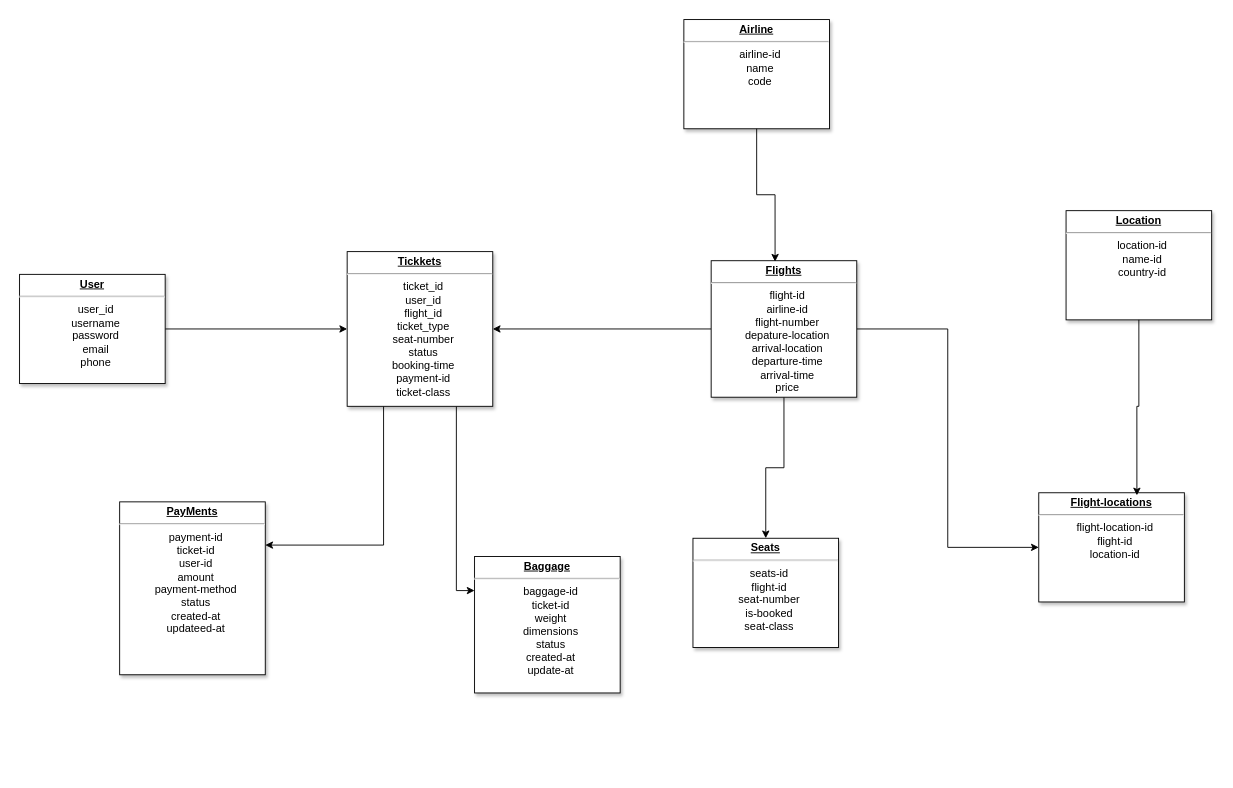
Before: page "DataBase" (1 of 3) of Biểu đồ không có tiêu đề.drawio in DungZG/TrackingFlight, a draw.io diagram. Source tidied: cells renumbered, new cells numbered last; positions are measured from the earlier drawing's top-left corner, leaving out a move shared by most shapes. Both pictures are drawn from the tidied source at 91%, with x=0, y=0 at pixel (19, 19).
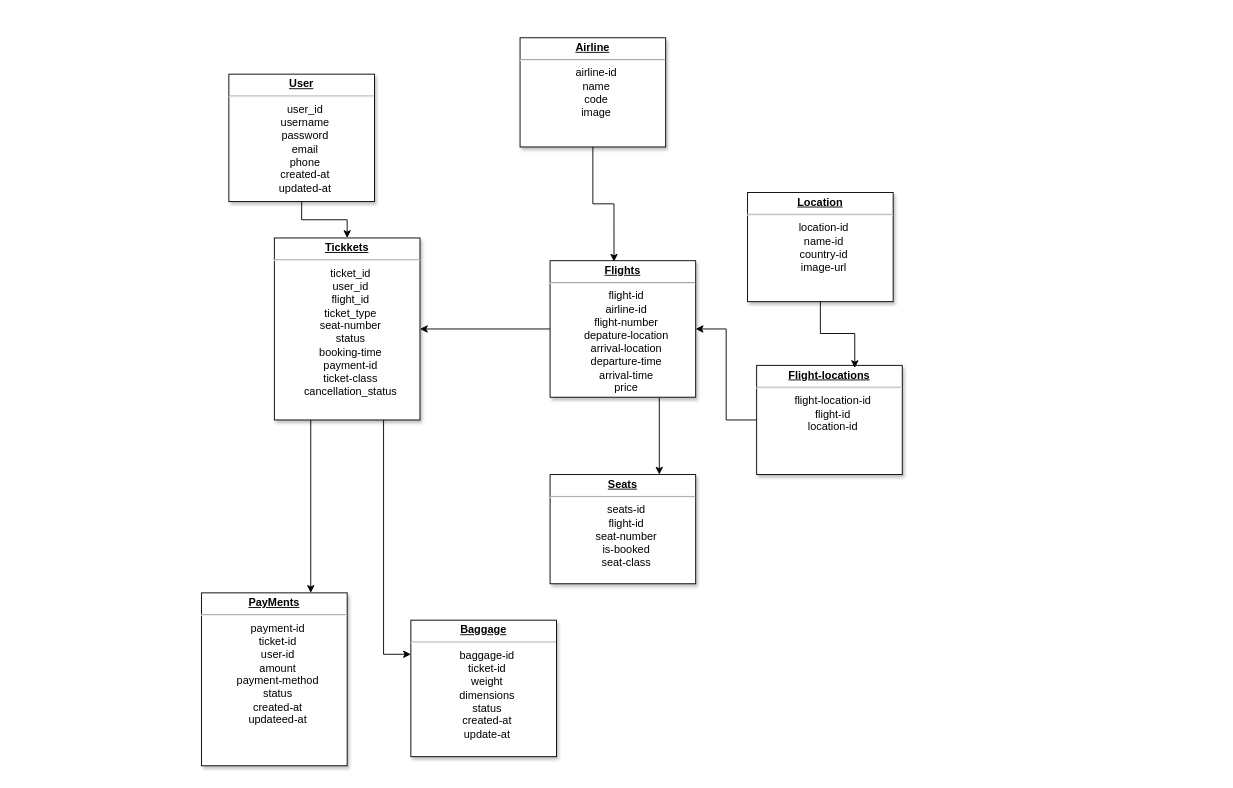
The same page after the edit.

Commit message (it also covers changes not shown here):
Cập nhật Biểu đồ không có tiêu đề.drawio

Diff of the diagram source:
```diff
@@
 <mxGraphModel>
   <root>
     <mxCell id="0" />
     <mxCell id="1" parent="0" />
-    <mxCell id="2" style="edgeStyle=orthogonalEdgeStyle;rounded=0;jettySize=auto;html=1;labelBackgroundColor=none;fontColor=default;" parent="1" edge="1" source="3" target="6">
-      <mxGeometry relative="1" as="geometry" />
-    </mxCell>
-    <mxCell id="3" value="&lt;p style=&quot;text-align: center; margin: 4px 0px 0px;&quot;&gt;&lt;b style=&quot;text-decoration-line: underline;&quot;&gt;Us&lt;/b&gt;&lt;span style=&quot;background-color: transparent;&quot;&gt;&lt;b&gt;&lt;u&gt;er&lt;/u&gt;&lt;/b&gt;&lt;/span&gt;&lt;/p&gt;&lt;hr style=&quot;text-align: center;&quot;&gt;&lt;p style=&quot;text-align: center; margin: 0px 0px 0px 8px;&quot;&gt;user_id&lt;/p&gt;&lt;p style=&quot;text-align: center; margin: 0px 0px 0px 8px;&quot;&gt;username&lt;/p&gt;&lt;p style=&quot;text-align: center; margin: 0px 0px 0px 8px;&quot;&gt;password&lt;/p&gt;&lt;p style=&quot;text-align: center; margin: 0px 0px 0px 8px;&quot;&gt;email&lt;/p&gt;&lt;p style=&quot;text-align: center; margin: 0px 0px 0px 8px;&quot;&gt;phone&lt;/p&gt;" style="verticalAlign=top;align=left;overflow=fill;fontSize=12;fontFamily=Helvetica;html=1;shadow=1;labelBackgroundColor=none;" parent="1" vertex="1">
-      <mxGeometry y="280" width="160" height="120" as="geometry" />
-    </mxCell>
-    <mxCell id="4" style="edgeStyle=orthogonalEdgeStyle;rounded=0;jettySize=auto;html=1;exitX=0.25;exitY=1;exitDx=0;exitDy=0;entryX=1;entryY=0.25;entryDx=0;entryDy=0;labelBackgroundColor=none;fontColor=default;" parent="1" edge="1" source="6" target="18">
-      <mxGeometry relative="1" as="geometry" />
-    </mxCell>
-    <mxCell id="5" style="edgeStyle=orthogonalEdgeStyle;rounded=0;jettySize=auto;html=1;exitX=0.75;exitY=1;exitDx=0;exitDy=0;entryX=0;entryY=0.25;entryDx=0;entryDy=0;labelBackgroundColor=none;fontColor=default;" parent="1" edge="1" source="6" target="7">
-      <mxGeometry relative="1" as="geometry" />
-    </mxCell>
-    <mxCell id="6" value="&lt;p style=&quot;text-align: center; margin: 4px 0px 0px;&quot;&gt;&lt;b&gt;&lt;u&gt;Tickkets&lt;/u&gt;&lt;/b&gt;&lt;/p&gt;&lt;hr style=&quot;text-align: center;&quot;&gt;&lt;p style=&quot;text-align: center; margin: 0px 0px 0px 8px;&quot;&gt;ticket_id&lt;/p&gt;&lt;p style=&quot;text-align: center; margin: 0px 0px 0px 8px;&quot;&gt;user_id&lt;/p&gt;&lt;p style=&quot;text-align: center; margin: 0px 0px 0px 8px;&quot;&gt;flight_id&lt;/p&gt;&lt;p style=&quot;text-align: center; margin: 0px 0px 0px 8px;&quot;&gt;ticket_type&lt;/p&gt;&lt;p style=&quot;text-align: center; margin: 0px 0px 0px 8px;&quot;&gt;seat-number&lt;/p&gt;&lt;p style=&quot;text-align: center; margin: 0px 0px 0px 8px;&quot;&gt;status&lt;/p&gt;&lt;p style=&quot;text-align: center; margin: 0px 0px 0px 8px;&quot;&gt;booking-time&lt;/p&gt;&lt;p style=&quot;text-align: center; margin: 0px 0px 0px 8px;&quot;&gt;payment-id&lt;/p&gt;&lt;p style=&quot;text-align: center; margin: 0px 0px 0px 8px;&quot;&gt;ticket-class&lt;/p&gt;" style="verticalAlign=top;align=left;overflow=fill;fontSize=12;fontFamily=Helvetica;html=1;shadow=1;labelBackgroundColor=none;" parent="1" vertex="1">
-      <mxGeometry x="360" y="255" width="160" height="170" as="geometry" />
-    </mxCell>
+    <mxCell id="19" style="edgeStyle=orthogonalEdgeStyle;rounded=0;jettySize=auto;html=1;labelBackgroundColor=none;fontColor=default;" parent="1" edge="1" source="20" target="23">
+      <mxGeometry relative="1" as="geometry" />
+    </mxCell>
+    <mxCell id="20" value="&lt;p style=&quot;text-align: center; margin: 4px 0px 0px;&quot;&gt;&lt;b style=&quot;text-decoration-line: underline;&quot;&gt;Us&lt;/b&gt;&lt;span style=&quot;background-color: transparent;&quot;&gt;&lt;b&gt;&lt;u&gt;er&lt;/u&gt;&lt;/b&gt;&lt;/span&gt;&lt;/p&gt;&lt;hr style=&quot;text-align: center;&quot;&gt;&lt;p style=&quot;text-align: center; margin: 0px 0px 0px 8px;&quot;&gt;user_id&lt;/p&gt;&lt;p style=&quot;text-align: center; margin: 0px 0px 0px 8px;&quot;&gt;username&lt;/p&gt;&lt;p style=&quot;text-align: center; margin: 0px 0px 0px 8px;&quot;&gt;password&lt;/p&gt;&lt;p style=&quot;text-align: center; margin: 0px 0px 0px 8px;&quot;&gt;email&lt;/p&gt;&lt;p style=&quot;text-align: center; margin: 0px 0px 0px 8px;&quot;&gt;phone&lt;/p&gt;&lt;p style=&quot;text-align: center; margin: 0px 0px 0px 8px;&quot;&gt;created-at&lt;/p&gt;&lt;p style=&quot;text-align: center; margin: 0px 0px 0px 8px;&quot;&gt;updated-at&lt;/p&gt;" style="verticalAlign=top;align=left;overflow=fill;fontSize=12;fontFamily=Helvetica;html=1;shadow=1;labelBackgroundColor=none;" parent="1" vertex="1">
+      <mxGeometry x="230" y="60" width="160" height="140" as="geometry" />
+    </mxCell>
+    <mxCell id="21" style="edgeStyle=orthogonalEdgeStyle;rounded=0;jettySize=auto;html=1;exitX=0.75;exitY=1;exitDx=0;exitDy=0;entryX=0;entryY=0.25;entryDx=0;entryDy=0;labelBackgroundColor=none;fontColor=default;" parent="1" edge="1" source="23" target="7">
+      <mxGeometry relative="1" as="geometry" />
+    </mxCell>
+    <mxCell id="22" style="edgeStyle=orthogonalEdgeStyle;rounded=0;jettySize=auto;html=1;exitX=0.25;exitY=1;exitDx=0;exitDy=0;entryX=0.75;entryY=0;entryDx=0;entryDy=0;" parent="1" edge="1" source="23" target="18">
+      <mxGeometry relative="1" as="geometry" />
+    </mxCell>
+    <mxCell id="23" value="&lt;p style=&quot;text-align: center; margin: 4px 0px 0px;&quot;&gt;&lt;b&gt;&lt;u&gt;Tickkets&lt;/u&gt;&lt;/b&gt;&lt;/p&gt;&lt;hr style=&quot;text-align: center;&quot;&gt;&lt;p style=&quot;text-align: center; margin: 0px 0px 0px 8px;&quot;&gt;ticket_id&lt;/p&gt;&lt;p style=&quot;text-align: center; margin: 0px 0px 0px 8px;&quot;&gt;user_id&lt;/p&gt;&lt;p style=&quot;text-align: center; margin: 0px 0px 0px 8px;&quot;&gt;flight_id&lt;/p&gt;&lt;p style=&quot;text-align: center; margin: 0px 0px 0px 8px;&quot;&gt;ticket_type&lt;/p&gt;&lt;p style=&quot;text-align: center; margin: 0px 0px 0px 8px;&quot;&gt;seat-number&lt;/p&gt;&lt;p style=&quot;text-align: center; margin: 0px 0px 0px 8px;&quot;&gt;status&lt;/p&gt;&lt;p style=&quot;text-align: center; margin: 0px 0px 0px 8px;&quot;&gt;booking-time&lt;/p&gt;&lt;p style=&quot;text-align: center; margin: 0px 0px 0px 8px;&quot;&gt;payment-id&lt;/p&gt;&lt;p style=&quot;text-align: center; margin: 0px 0px 0px 8px;&quot;&gt;ticket-class&lt;/p&gt;&lt;p style=&quot;text-align: center; margin: 0px 0px 0px 8px;&quot;&gt;cancellation_status&lt;/p&gt;" style="verticalAlign=top;align=left;overflow=fill;fontSize=12;fontFamily=Helvetica;html=1;shadow=1;labelBackgroundColor=none;" parent="1" vertex="1">
+      <mxGeometry x="280" y="240" width="160" height="200" as="geometry" />
+    </mxCell>
     <mxCell id="7" value="&lt;p style=&quot;text-align: center; margin: 4px 0px 0px;&quot;&gt;&lt;b&gt;&lt;u&gt;Baggage&lt;/u&gt;&lt;/b&gt;&lt;/p&gt;&lt;hr style=&quot;text-align: center;&quot;&gt;&lt;p style=&quot;text-align: center; margin: 0px 0px 0px 8px;&quot;&gt;baggage-id&lt;/p&gt;&lt;p style=&quot;text-align: center; margin: 0px 0px 0px 8px;&quot;&gt;ticket-id&lt;/p&gt;&lt;p style=&quot;text-align: center; margin: 0px 0px 0px 8px;&quot;&gt;weight&lt;/p&gt;&lt;p style=&quot;text-align: center; margin: 0px 0px 0px 8px;&quot;&gt;dimensions&lt;/p&gt;&lt;p style=&quot;text-align: center; margin: 0px 0px 0px 8px;&quot;&gt;status&lt;/p&gt;&lt;p style=&quot;text-align: center; margin: 0px 0px 0px 8px;&quot;&gt;created-at&lt;/p&gt;&lt;p style=&quot;text-align: center; margin: 0px 0px 0px 8px;&quot;&gt;update-at&lt;/p&gt;" style="verticalAlign=top;align=left;overflow=fill;fontSize=12;fontFamily=Helvetica;html=1;shadow=1;labelBackgroundColor=none;" parent="1" vertex="1">
-      <mxGeometry x="500" y="590" width="160" height="150" as="geometry" />
+      <mxGeometry x="430" y="660" width="160" height="150" as="geometry" />
     </mxCell>
-    <mxCell id="8" style="edgeStyle=orthogonalEdgeStyle;rounded=0;jettySize=auto;html=1;entryX=1;entryY=0.5;entryDx=0;entryDy=0;labelBackgroundColor=none;fontColor=default;" parent="1" edge="1" source="11" target="6">
-      <mxGeometry relative="1" as="geometry" />
-    </mxCell>
+    <mxCell id="24" style="edgeStyle=orthogonalEdgeStyle;rounded=0;jettySize=auto;html=1;entryX=1;entryY=0.5;entryDx=0;entryDy=0;labelBackgroundColor=none;fontColor=default;" parent="1" edge="1" source="11" target="23">
+      <mxGeometry relative="1" as="geometry" />
+    </mxCell>
-    <mxCell id="9" style="edgeStyle=orthogonalEdgeStyle;rounded=0;jettySize=auto;html=1;entryX=0.5;entryY=0;entryDx=0;entryDy=0;labelBackgroundColor=none;fontColor=default;" parent="1" edge="1" source="11" target="12">
+    <mxCell id="9" style="edgeStyle=orthogonalEdgeStyle;rounded=0;jettySize=auto;html=1;exitX=0.75;exitY=1;exitDx=0;exitDy=0;entryX=0.75;entryY=0;entryDx=0;entryDy=0;" parent="1" edge="1" source="11" target="12">
       <mxGeometry relative="1" as="geometry" />
     </mxCell>
-    <mxCell id="10" style="edgeStyle=orthogonalEdgeStyle;rounded=0;jettySize=auto;html=1;entryX=0;entryY=0.5;entryDx=0;entryDy=0;labelBackgroundColor=none;fontColor=default;" parent="1" edge="1" source="11" target="14">
-      <mxGeometry relative="1" as="geometry" />
-    </mxCell>
     <mxCell id="11" value="&lt;p style=&quot;text-align: center; margin: 4px 0px 0px;&quot;&gt;&lt;b&gt;&lt;u&gt;Flights&lt;/u&gt;&lt;/b&gt;&lt;/p&gt;&lt;hr style=&quot;text-align: center;&quot;&gt;&lt;p style=&quot;text-align: center; margin: 0px 0px 0px 8px;&quot;&gt;flight-id&lt;/p&gt;&lt;p style=&quot;text-align: center; margin: 0px 0px 0px 8px;&quot;&gt;airline-id&lt;/p&gt;&lt;p style=&quot;text-align: center; margin: 0px 0px 0px 8px;&quot;&gt;flight-number&lt;/p&gt;&lt;p style=&quot;text-align: center; margin: 0px 0px 0px 8px;&quot;&gt;depature-location&lt;/p&gt;&lt;p style=&quot;text-align: center; margin: 0px 0px 0px 8px;&quot;&gt;arrival-location&lt;/p&gt;&lt;p style=&quot;text-align: center; margin: 0px 0px 0px 8px;&quot;&gt;departure-time&lt;/p&gt;&lt;p style=&quot;text-align: center; margin: 0px 0px 0px 8px;&quot;&gt;arrival-time&lt;/p&gt;&lt;p style=&quot;text-align: center; margin: 0px 0px 0px 8px;&quot;&gt;price&lt;/p&gt;" style="verticalAlign=top;align=left;overflow=fill;fontSize=12;fontFamily=Helvetica;html=1;shadow=1;labelBackgroundColor=none;" parent="1" vertex="1">
-      <mxGeometry x="760" y="265" width="160" height="150" as="geometry" />
+      <mxGeometry x="583" y="265" width="160" height="150" as="geometry" />
     </mxCell>
     <mxCell id="12" value="&lt;p style=&quot;text-align: center; margin: 4px 0px 0px;&quot;&gt;&lt;b&gt;&lt;u&gt;Seats&lt;/u&gt;&lt;/b&gt;&lt;/p&gt;&lt;hr style=&quot;text-align: center;&quot;&gt;&lt;p style=&quot;text-align: center; margin: 0px 0px 0px 8px;&quot;&gt;seats-id&lt;/p&gt;&lt;p style=&quot;text-align: center; margin: 0px 0px 0px 8px;&quot;&gt;flight-id&lt;/p&gt;&lt;p style=&quot;text-align: center; margin: 0px 0px 0px 8px;&quot;&gt;seat-number&lt;/p&gt;&lt;p style=&quot;text-align: center; margin: 0px 0px 0px 8px;&quot;&gt;is-booked&lt;/p&gt;&lt;p style=&quot;text-align: center; margin: 0px 0px 0px 8px;&quot;&gt;seat-class&lt;/p&gt;" style="verticalAlign=top;align=left;overflow=fill;fontSize=12;fontFamily=Helvetica;html=1;shadow=1;labelBackgroundColor=none;" parent="1" vertex="1">
-      <mxGeometry x="740" y="570" width="160" height="120" as="geometry" />
+      <mxGeometry x="583" y="500" width="160" height="120" as="geometry" />
     </mxCell>
-    <mxCell id="13" value="&lt;p style=&quot;text-align: center; margin: 4px 0px 0px;&quot;&gt;&lt;b&gt;&lt;u&gt;A&lt;/u&gt;&lt;/b&gt;&lt;span style=&quot;background-color: transparent;&quot;&gt;&lt;b&gt;&lt;u&gt;irline&lt;/u&gt;&lt;/b&gt;&lt;/span&gt;&lt;/p&gt;&lt;hr style=&quot;text-align: center;&quot;&gt;&lt;p style=&quot;text-align: center; margin: 0px 0px 0px 8px;&quot;&gt;airline-id&lt;/p&gt;&lt;p style=&quot;text-align: center; margin: 0px 0px 0px 8px;&quot;&gt;name&lt;/p&gt;&lt;p style=&quot;text-align: center; margin: 0px 0px 0px 8px;&quot;&gt;code&lt;/p&gt;" style="verticalAlign=top;align=left;overflow=fill;fontSize=12;fontFamily=Helvetica;html=1;shadow=1;labelBackgroundColor=none;" parent="1" vertex="1">
-      <mxGeometry x="730" width="160" height="120" as="geometry" />
-    </mxCell>
+    <mxCell id="25" value="&lt;p style=&quot;text-align: center; margin: 4px 0px 0px;&quot;&gt;&lt;b&gt;&lt;u&gt;A&lt;/u&gt;&lt;/b&gt;&lt;span style=&quot;background-color: transparent;&quot;&gt;&lt;b&gt;&lt;u&gt;irline&lt;/u&gt;&lt;/b&gt;&lt;/span&gt;&lt;/p&gt;&lt;hr style=&quot;text-align: center;&quot;&gt;&lt;p style=&quot;text-align: center; margin: 0px 0px 0px 8px;&quot;&gt;airline-id&lt;/p&gt;&lt;p style=&quot;text-align: center; margin: 0px 0px 0px 8px;&quot;&gt;name&lt;/p&gt;&lt;p style=&quot;text-align: center; margin: 0px 0px 0px 8px;&quot;&gt;code&lt;/p&gt;&lt;p style=&quot;text-align: center; margin: 0px 0px 0px 8px;&quot;&gt;image&lt;/p&gt;" style="verticalAlign=top;align=left;overflow=fill;fontSize=12;fontFamily=Helvetica;html=1;shadow=1;labelBackgroundColor=none;" parent="1" vertex="1">
+      <mxGeometry x="550" y="20" width="160" height="120" as="geometry" />
+    </mxCell>
+    <mxCell id="26" style="edgeStyle=orthogonalEdgeStyle;rounded=0;jettySize=auto;html=1;entryX=1;entryY=0.5;entryDx=0;entryDy=0;" parent="1" edge="1" source="14" target="11">
+      <mxGeometry relative="1" as="geometry" />
+    </mxCell>
     <mxCell id="14" value="&lt;p style=&quot;text-align: center; margin: 4px 0px 0px;&quot;&gt;&lt;b&gt;&lt;u&gt;Flight-locations&lt;/u&gt;&lt;/b&gt;&lt;/p&gt;&lt;hr style=&quot;text-align: center;&quot;&gt;&lt;p style=&quot;text-align: center; margin: 0px 0px 0px 8px;&quot;&gt;flight-location-id&lt;/p&gt;&lt;p style=&quot;text-align: center; margin: 0px 0px 0px 8px;&quot;&gt;flight-id&lt;/p&gt;&lt;p style=&quot;text-align: center; margin: 0px 0px 0px 8px;&quot;&gt;location-id&lt;/p&gt;" style="verticalAlign=top;align=left;overflow=fill;fontSize=12;fontFamily=Helvetica;html=1;shadow=1;labelBackgroundColor=none;" parent="1" vertex="1">
-      <mxGeometry x="1120" y="520" width="160" height="120" as="geometry" />
+      <mxGeometry x="810" y="380" width="160" height="120" as="geometry" />
     </mxCell>
-    <mxCell id="15" value="&lt;p style=&quot;text-align: center; margin: 4px 0px 0px;&quot;&gt;&lt;b&gt;&lt;u&gt;Location&lt;/u&gt;&lt;/b&gt;&lt;/p&gt;&lt;hr style=&quot;text-align: center;&quot;&gt;&lt;p style=&quot;text-align: center; margin: 0px 0px 0px 8px;&quot;&gt;location-id&lt;/p&gt;&lt;p style=&quot;text-align: center; margin: 0px 0px 0px 8px;&quot;&gt;name-id&lt;/p&gt;&lt;p style=&quot;text-align: center; margin: 0px 0px 0px 8px;&quot;&gt;country-id&lt;/p&gt;" style="verticalAlign=top;align=left;overflow=fill;fontSize=12;fontFamily=Helvetica;html=1;shadow=1;labelBackgroundColor=none;" parent="1" vertex="1">
-      <mxGeometry x="1150" y="210" width="160" height="120" as="geometry" />
-    </mxCell>
-    <mxCell id="16" style="edgeStyle=orthogonalEdgeStyle;rounded=0;jettySize=auto;html=1;entryX=0.439;entryY=0.007;entryDx=0;entryDy=0;entryPerimeter=0;labelBackgroundColor=none;fontColor=default;" parent="1" edge="1" source="13" target="11">
-      <mxGeometry relative="1" as="geometry" />
-    </mxCell>
-    <mxCell id="17" style="edgeStyle=orthogonalEdgeStyle;rounded=0;jettySize=auto;html=1;entryX=0.674;entryY=0.024;entryDx=0;entryDy=0;entryPerimeter=0;labelBackgroundColor=none;fontColor=default;" parent="1" edge="1" source="15" target="14">
-      <mxGeometry relative="1" as="geometry" />
-    </mxCell>
+    <mxCell id="27" value="&lt;p style=&quot;text-align: center; margin: 4px 0px 0px;&quot;&gt;&lt;b&gt;&lt;u&gt;Location&lt;/u&gt;&lt;/b&gt;&lt;/p&gt;&lt;hr style=&quot;text-align: center;&quot;&gt;&lt;p style=&quot;text-align: center; margin: 0px 0px 0px 8px;&quot;&gt;location-id&lt;/p&gt;&lt;p style=&quot;text-align: center; margin: 0px 0px 0px 8px;&quot;&gt;name-id&lt;/p&gt;&lt;p style=&quot;text-align: center; margin: 0px 0px 0px 8px;&quot;&gt;country-id&lt;/p&gt;&lt;p style=&quot;text-align: center; margin: 0px 0px 0px 8px;&quot;&gt;image-url&lt;/p&gt;" style="verticalAlign=top;align=left;overflow=fill;fontSize=12;fontFamily=Helvetica;html=1;shadow=1;labelBackgroundColor=none;" parent="1" vertex="1">
+      <mxGeometry x="800" y="190" width="160" height="120" as="geometry" />
+    </mxCell>
+    <mxCell id="28" style="edgeStyle=orthogonalEdgeStyle;rounded=0;jettySize=auto;html=1;entryX=0.439;entryY=0.007;entryDx=0;entryDy=0;entryPerimeter=0;labelBackgroundColor=none;fontColor=default;" parent="1" edge="1" source="25" target="11">
+      <mxGeometry relative="1" as="geometry" />
+    </mxCell>
+    <mxCell id="29" style="edgeStyle=orthogonalEdgeStyle;rounded=0;jettySize=auto;html=1;entryX=0.674;entryY=0.024;entryDx=0;entryDy=0;entryPerimeter=0;labelBackgroundColor=none;fontColor=default;" parent="1" edge="1" source="27" target="14">
+      <mxGeometry relative="1" as="geometry" />
+    </mxCell>
     <mxCell id="18" value="&lt;p style=&quot;text-align: center; margin: 4px 0px 0px;&quot;&gt;&lt;b&gt;&lt;u&gt;PayMents&lt;/u&gt;&lt;/b&gt;&lt;/p&gt;&lt;hr style=&quot;text-align: center;&quot;&gt;&lt;p style=&quot;text-align: center; margin: 0px 0px 0px 8px;&quot;&gt;payment-id&lt;/p&gt;&lt;p style=&quot;text-align: center; margin: 0px 0px 0px 8px;&quot;&gt;ticket-id&lt;/p&gt;&lt;p style=&quot;text-align: center; margin: 0px 0px 0px 8px;&quot;&gt;user-id&lt;/p&gt;&lt;p style=&quot;text-align: center; margin: 0px 0px 0px 8px;&quot;&gt;amount&lt;/p&gt;&lt;p style=&quot;text-align: center; margin: 0px 0px 0px 8px;&quot;&gt;payment-method&lt;/p&gt;&lt;p style=&quot;text-align: center; margin: 0px 0px 0px 8px;&quot;&gt;status&lt;/p&gt;&lt;p style=&quot;text-align: center; margin: 0px 0px 0px 8px;&quot;&gt;created-at&lt;/p&gt;&lt;p style=&quot;text-align: center; margin: 0px 0px 0px 8px;&quot;&gt;updateed-at&lt;/p&gt;" style="verticalAlign=top;align=left;overflow=fill;fontSize=12;fontFamily=Helvetica;html=1;shadow=1;labelBackgroundColor=none;" parent="1" vertex="1">
-      <mxGeometry x="110" y="530" width="160" height="190" as="geometry" />
+      <mxGeometry x="200" y="630" width="160" height="190" as="geometry" />
     </mxCell>
   </root>
 </mxGraphModel>
```
